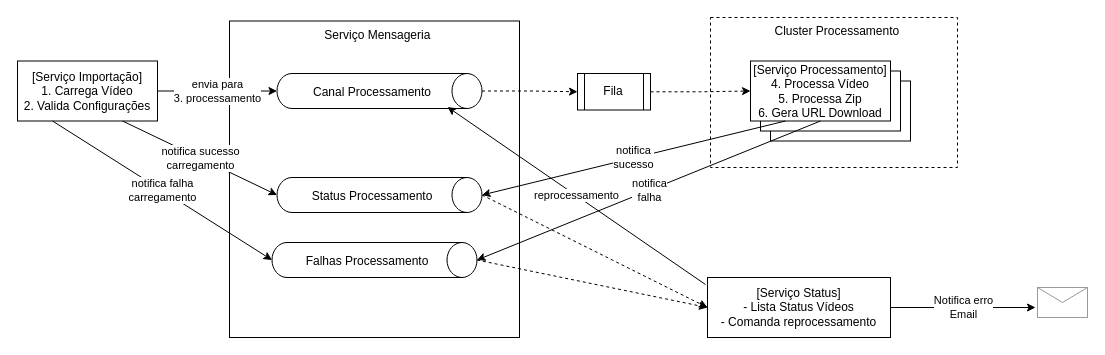
Above: page "Diagrama Mensageria" (1 of 2) of docs/Diagramas Challenge5 SOAT8 SAGA Coreografada.drawio in pos-tech-soat08-03/challenge5-app-status (draw.io), before the change. Source tidied: cells renumbered, new cells numbered last; positions are measured from the earlier drawing's top-left corner, leaving out a move shared by most shapes. Both pictures are drawn from the tidied source at 100%, with x=0, y=0 at pixel (17, -12).
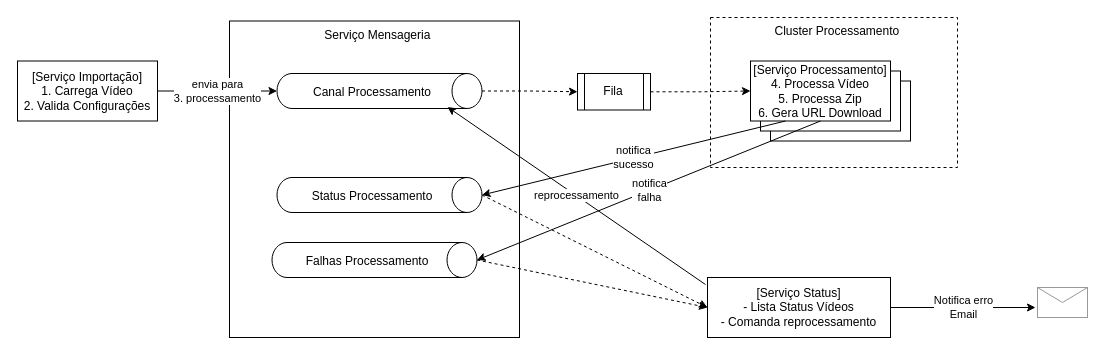
After the change.

The change refers to these unchanged cells:
```xml
<mxCell id="5" value="[Serviço Importação]&lt;div&gt;1. Carrega Vídeo&lt;/div&gt;&lt;div&gt;2. Valida Configurações&lt;/div&gt;" style="rounded=0;whiteSpace=wrap;html=1;" parent="1" vertex="1">
  <mxGeometry y="72.5" width="140" height="60" as="geometry" />
</mxCell>
<mxCell id="10" style="shape=cylinder3;whiteSpace=wrap;html=1;boundedLbl=1;backgroundOutline=1;size=15;rotation=90;" parent="9" vertex="1">
  <mxGeometry x="85" y="-85" width="35" height="205" as="geometry" />
</mxCell>
<mxCell id="13" style="shape=cylinder3;whiteSpace=wrap;html=1;boundedLbl=1;backgroundOutline=1;size=15;rotation=90;" parent="12" vertex="1">
  <mxGeometry x="85" y="-85" width="35" height="205" as="geometry" />
</mxCell>
```

What changed in the source:
```diff
@@
-    <mxCell id="16" value="notifica falha&lt;div&gt;&lt;span style=&quot;background-color: light-dark(#ffffff, var(--ge-dark-color, #121212)); color: light-dark(rgb(0, 0, 0), rgb(255, 255, 255));&quot;&gt;carregamento&lt;/span&gt;&lt;/div&gt;" style="rounded=0;jettySize=auto;html=1;entryX=0.5;entryY=1;entryDx=0;entryDy=0;entryPerimeter=0;exitX=0.25;exitY=1;exitDx=0;exitDy=0;" parent="1" edge="1" source="5" target="13">
-      <mxGeometry relative="1" as="geometry" />
-    </mxCell>
-    <mxCell id="17" value="notifica sucesso&lt;div&gt;carregamento&lt;/div&gt;" style="rounded=0;jettySize=auto;html=1;entryX=0.5;entryY=1;entryDx=0;entryDy=0;entryPerimeter=0;exitX=0.75;exitY=1;exitDx=0;exitDy=0;" parent="1" edge="1" source="5" target="10">
-      <mxGeometry relative="1" as="geometry" />
-    </mxCell>
```
